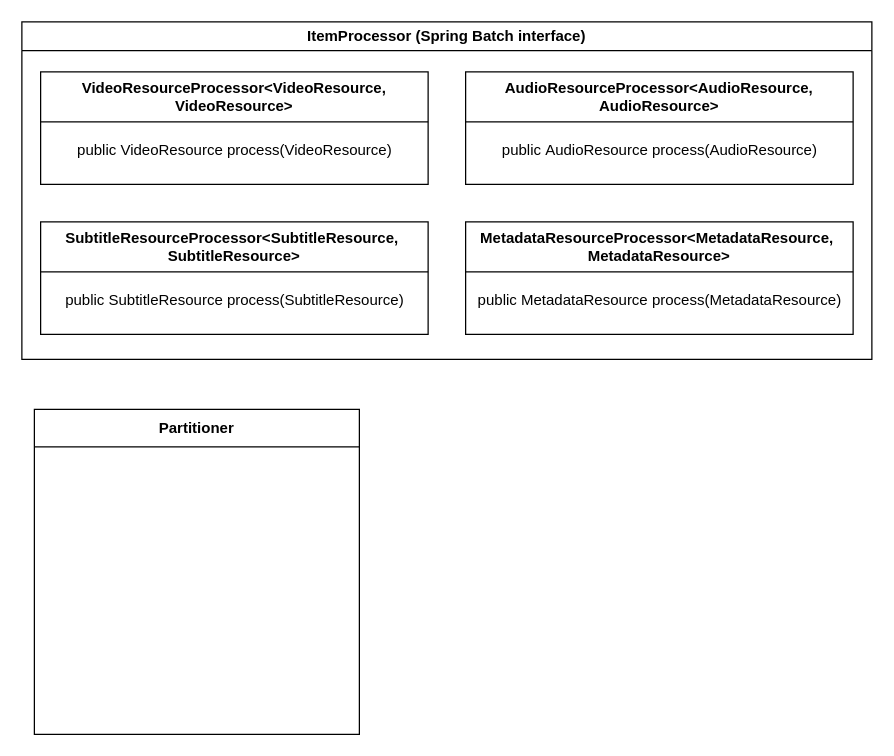
This is docs/Batch_Refactor.drawio from RandomPerson495721/jellyfin-library-manager, a draw.io file, before an edit. Source tidied: cells renumbered, new cells numbered last; positions are measured from the earlier drawing's top-left corner, leaving out a move shared by most shapes. Both pictures are drawn from the tidied source at 125%, with x=0, y=0 at pixel (21, 21).
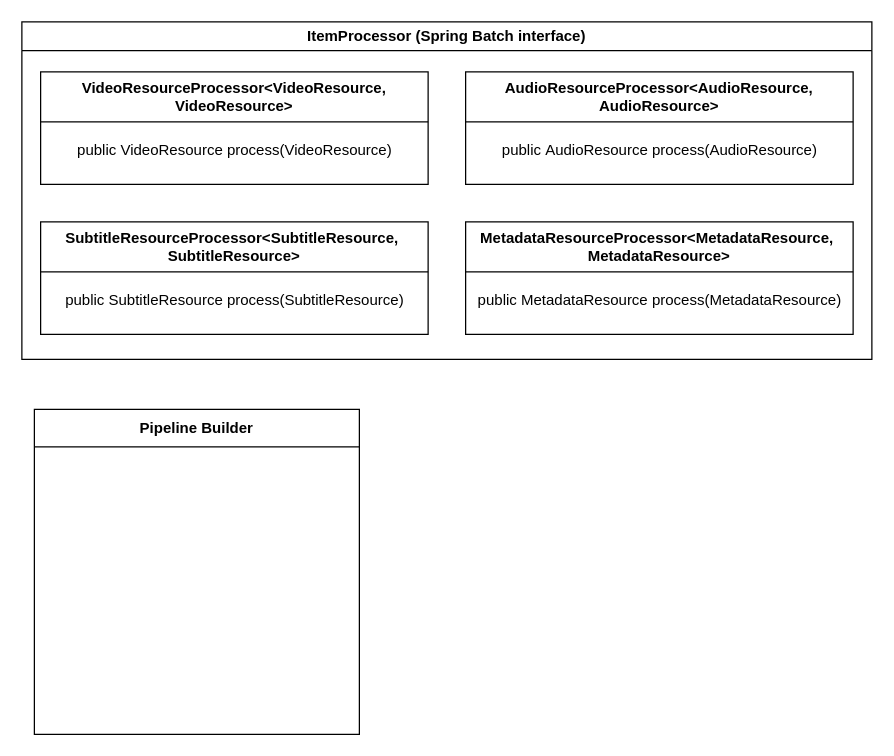
The same page after the edit.

Change to the diagram source:
```diff
@@
 <mxGraphModel>
   <root>
     <mxCell id="0" />
     <mxCell id="1" parent="0" />
     <mxCell id="2" value="ItemProcessor (Spring Batch interface)" style="swimlane;whiteSpace=wrap;html=1;" parent="1" vertex="1">
       <mxGeometry width="680" height="270" as="geometry" />
     </mxCell>
     <mxCell id="3" value="VideoResourceProcessor&amp;lt;VideoResource, VideoResource&amp;gt;" style="swimlane;whiteSpace=wrap;html=1;startSize=40;" parent="2" vertex="1">
       <mxGeometry x="15" y="40" width="310" height="90" as="geometry" />
     </mxCell>
     <mxCell id="4" value="public VideoResource process(VideoResource)" style="text;html=1;align=center;verticalAlign=middle;strokeColor=none;fillColor=none;" parent="3" vertex="1">
       <mxGeometry x="15" y="48" width="280" height="30" as="geometry" />
     </mxCell>
     <mxCell id="5" value="&lt;div&gt;AudioResourceProcessor&amp;lt;AudioResource, &lt;br&gt;&lt;/div&gt;&lt;div&gt;AudioResource&amp;gt;&lt;/div&gt;" style="swimlane;whiteSpace=wrap;html=1;startSize=40;" parent="2" vertex="1">
       <mxGeometry x="355" y="40" width="310" height="90" as="geometry" />
     </mxCell>
     <mxCell id="6" value="public&amp;nbsp;AudioResource process(AudioResource)" style="text;html=1;align=center;verticalAlign=middle;strokeColor=none;fillColor=none;" parent="5" vertex="1">
       <mxGeometry x="15" y="48" width="280" height="30" as="geometry" />
     </mxCell>
     <mxCell id="7" value="&lt;div&gt;SubtitleResourceProcessor&amp;lt;SubtitleResource,&amp;nbsp;&lt;br&gt;&lt;/div&gt;&lt;div&gt;SubtitleResource&amp;gt;&lt;/div&gt;" style="swimlane;whiteSpace=wrap;html=1;startSize=40;" parent="2" vertex="1">
       <mxGeometry x="15" y="160" width="310" height="90" as="geometry" />
     </mxCell>
     <mxCell id="8" value="public&amp;nbsp;SubtitleResource process(SubtitleResource)" style="text;html=1;align=center;verticalAlign=middle;strokeColor=none;fillColor=none;" parent="7" vertex="1">
       <mxGeometry x="10" y="48" width="290" height="30" as="geometry" />
     </mxCell>
     <mxCell id="9" value="&lt;div&gt;MetadataResourceProcessor&amp;lt;MetadataResource,&amp;nbsp;&lt;br&gt;&lt;/div&gt;&lt;div&gt;MetadataResource&amp;gt;&lt;/div&gt;" style="swimlane;whiteSpace=wrap;html=1;startSize=40;" parent="2" vertex="1">
       <mxGeometry x="355" y="160" width="310" height="90" as="geometry" />
     </mxCell>
     <mxCell id="10" value="public&amp;nbsp;MetadataResource process(MetadataResource)" style="text;html=1;align=center;verticalAlign=middle;strokeColor=none;fillColor=none;" parent="9" vertex="1">
       <mxGeometry y="48" width="310" height="30" as="geometry" />
     </mxCell>
-    <mxCell id="11" value="Partitioner" style="swimlane;whiteSpace=wrap;html=1;startSize=30;" parent="1" vertex="1">
+    <mxCell id="11" value="Pipeline Builder" style="swimlane;whiteSpace=wrap;html=1;startSize=30;" parent="1" vertex="1">
       <mxGeometry x="10" y="310" width="260" height="260" as="geometry" />
     </mxCell>
   </root>
 </mxGraphModel>
```
